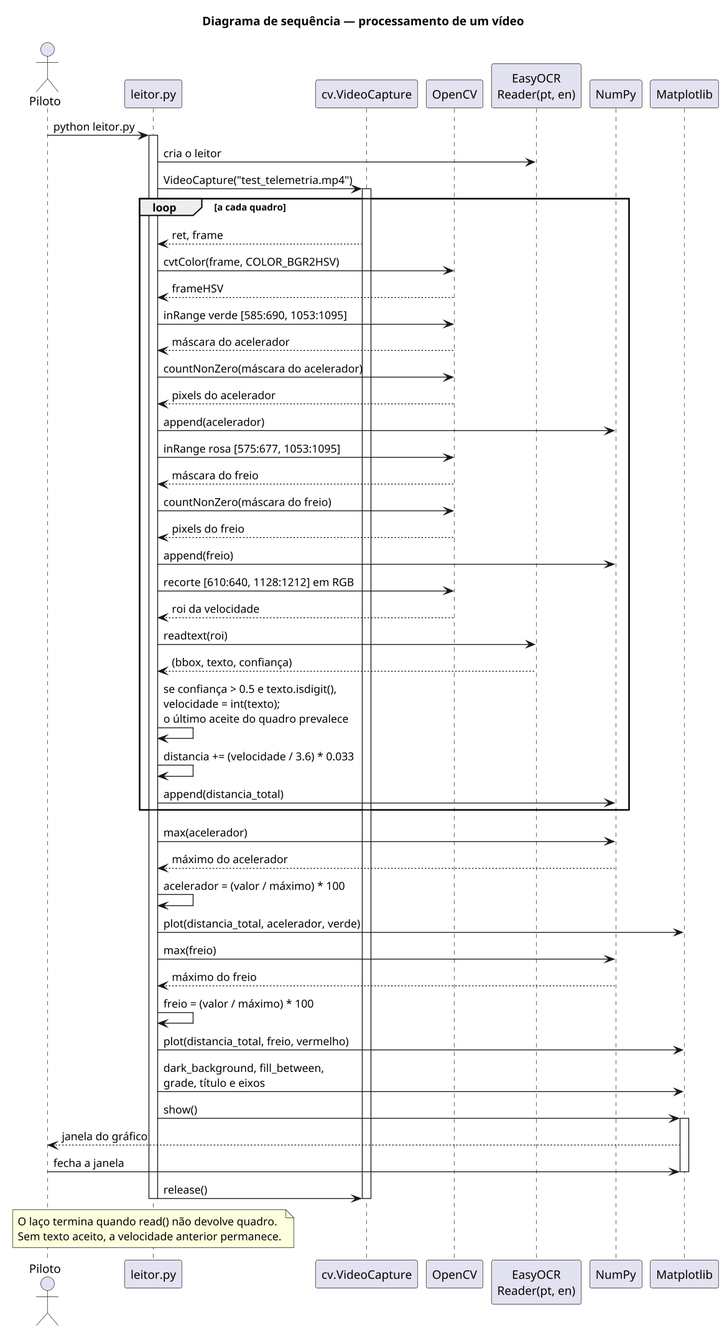
The PlantUML diagram docs/diagramas/diagrama-sequencia.png in Matheus-Hen/telemetria_cloud, before a commit.
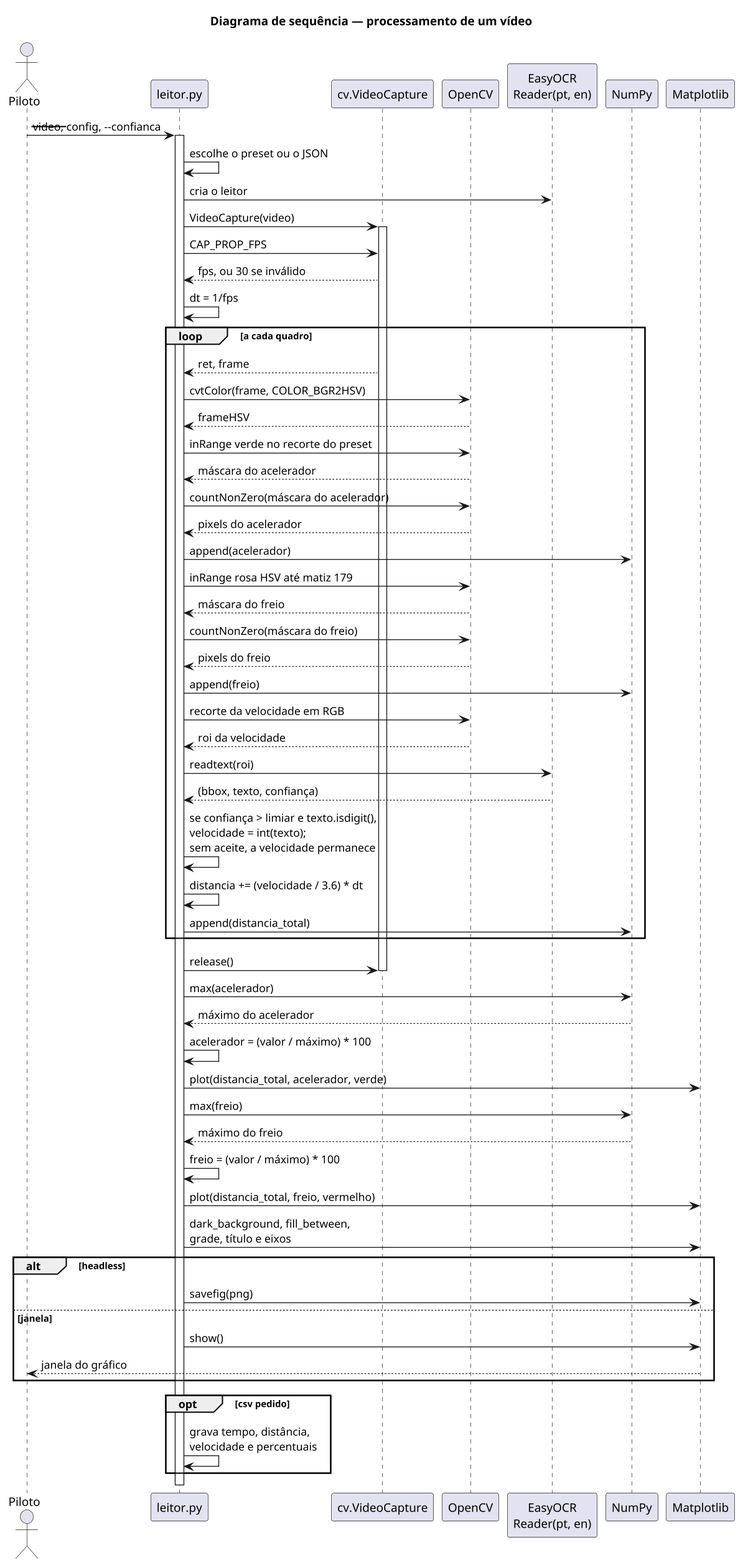
After the commit.

Commit message:
Ajusta o leitor ao HUD padrão do Le Mans Ultimate.

Diff of the diagram source:
```diff
@@ -15,34 +15,40 @@
 participant "NumPy" as NP
 participant "Matplotlib" as PLT
 
-Piloto -> L: python leitor.py
+Piloto -> L: --video, --config, --confianca
 activate L
+L -> L: escolhe o preset ou o JSON
 L -> OCR: cria o leitor
-L -> Cap: VideoCapture("test_telemetria.mp4")
+L -> Cap: VideoCapture(video)
 activate Cap
+L -> Cap: CAP_PROP_FPS
+Cap --> L: fps, ou 30 se inválido
+L -> L: dt = 1/fps
 
 loop a cada quadro
   Cap --> L: ret, frame
   L -> CV: cvtColor(frame, COLOR_BGR2HSV)
   CV --> L: frameHSV
-  L -> CV: inRange verde [585:690, 1053:1095]
+  L -> CV: inRange verde no recorte do preset
   CV --> L: máscara do acelerador
   L -> CV: countNonZero(máscara do acelerador)
   CV --> L: pixels do acelerador
   L -> NP: append(acelerador)
-  L -> CV: inRange rosa [575:677, 1053:1095]
+  L -> CV: inRange rosa HSV até matiz 179
   CV --> L: máscara do freio
   L -> CV: countNonZero(máscara do freio)
   CV --> L: pixels do freio
   L -> NP: append(freio)
-  L -> CV: recorte [610:640, 1128:1212] em RGB
+  L -> CV: recorte da velocidade em RGB
   CV --> L: roi da velocidade
   L -> OCR: readtext(roi)
   OCR --> L: (bbox, texto, confiança)
-  L -> L: se confiança > 0.5 e texto.isdigit(),\nvelocidade = int(texto);\no último aceite do quadro prevalece
-  L -> L: distancia += (velocidade / 3.6) * 0.033
+  L -> L: se confiança > limiar e texto.isdigit(),\nvelocidade = int(texto);\nsem aceite, a velocidade permanece
+  L -> L: distancia += (velocidade / 3.6) * dt
   L -> NP: append(distancia_total)
 end
+L -> Cap: release()
+deactivate Cap
 
 L -> NP: max(acelerador)
 NP --> L: máximo do acelerador
@@ -53,17 +59,14 @@
 L -> L: freio = (valor / máximo) * 100
 L -> PLT: plot(distancia_total, freio, vermelho)
 L -> PLT: dark_background, fill_between,\ngrade, título e eixos
-L -> PLT: show()
-activate PLT
-PLT --> Piloto: janela do gráfico
-Piloto -> PLT: fecha a janela
-deactivate PLT
-L -> Cap: release()
-deactivate Cap
+alt headless
+  L -> PLT: savefig(png)
+else janela
+  L -> PLT: show()
+  PLT --> Piloto: janela do gráfico
+end
+opt csv pedido
+  L -> L: grava tempo, distância,\nvelocidade e percentuais
+end
 deactivate L
-
-note over L
-  O laço termina quando read() não devolve quadro.
-  Sem texto aceito, a velocidade anterior permanece.
-end note
 @enduml
```
